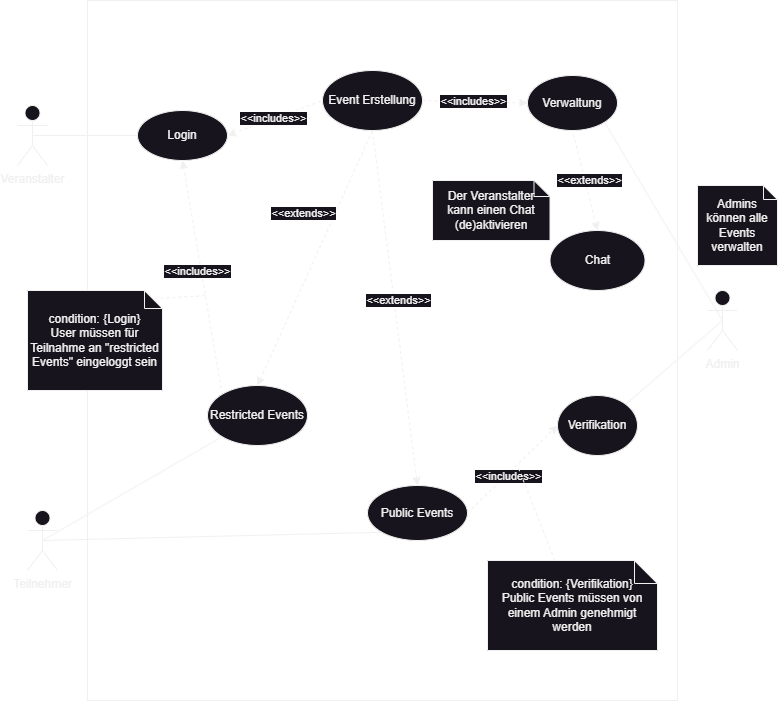
The draw.io diagram HotviteUCDiagramv2.drawio.png in 2324-syp-3ahif/Hotvite, before a commit. Source tidied: cells renumbered, new cells last; positions are measured from the earlier drawing's top-left corner, leaving out a move shared by most shapes. Its diagram source:
```xml
<mxGraphModel>
  <root>
    <mxCell id="0" />
    <mxCell id="1" parent="0" />
    <mxCell id="2" style="rounded=0;whiteSpace=wrap;html=1;fillColor=none;" parent="1" vertex="1">
      <mxGeometry x="70" width="590" height="700" as="geometry" />
    </mxCell>
    <mxCell id="3" value="Veranstalter" style="shape=umlActor;verticalLabelPosition=bottom;verticalAlign=top;html=1;outlineConnect=0;" parent="1" vertex="1">
      <mxGeometry y="105" width="30" height="60" as="geometry" />
    </mxCell>
    <mxCell id="4" value="Teilnehmer" style="shape=umlActor;verticalLabelPosition=bottom;verticalAlign=top;html=1;outlineConnect=0;" parent="1" vertex="1">
      <mxGeometry x="10" y="510" width="30" height="60" as="geometry" />
    </mxCell>
    <mxCell id="5" value="Admin" style="shape=umlActor;verticalLabelPosition=bottom;verticalAlign=top;html=1;outlineConnect=0;" parent="1" vertex="1">
      <mxGeometry x="690" y="290" width="30" height="60" as="geometry" />
    </mxCell>
    <mxCell id="6" value="Login" style="ellipse;whiteSpace=wrap;html=1;" parent="1" vertex="1">
      <mxGeometry x="120" y="110" width="90" height="50" as="geometry" />
    </mxCell>
    <mxCell id="7" style="rounded=0;jettySize=auto;html=1;exitX=0;exitY=0;exitDx=0;exitDy=0;entryX=0.5;entryY=1;entryDx=0;entryDy=0;dashed=1;" parent="1" edge="1" source="9" target="6">
      <mxGeometry relative="1" as="geometry" />
    </mxCell>
    <mxCell id="8" value="&amp;lt;&amp;lt;includes&amp;gt;&amp;gt;" style="edgeLabel;html=1;align=center;verticalAlign=middle;" parent="7" vertex="1">
      <mxGeometry x="0.06" y="4" relative="1" as="geometry" />
    </mxCell>
    <mxCell id="9" value="Restricted Events" style="ellipse;whiteSpace=wrap;html=1;" parent="1" vertex="1">
      <mxGeometry x="190" y="385" width="100" height="60" as="geometry" />
    </mxCell>
    <mxCell id="10" value="Public Events" style="ellipse;whiteSpace=wrap;html=1;" parent="1" vertex="1">
      <mxGeometry x="350" y="485" width="100" height="55" as="geometry" />
    </mxCell>
    <mxCell id="11" value="Verifikation" style="ellipse;whiteSpace=wrap;html=1;" parent="1" vertex="1">
      <mxGeometry x="540" y="395" width="80" height="60" as="geometry" />
    </mxCell>
    <mxCell id="12" value="Chat" style="ellipse;whiteSpace=wrap;html=1;" parent="1" vertex="1">
      <mxGeometry x="532.5" y="230" width="95" height="60" as="geometry" />
    </mxCell>
    <mxCell id="13" value="Verwaltung" style="ellipse;whiteSpace=wrap;html=1;" parent="1" vertex="1">
      <mxGeometry x="510" y="75" width="90" height="55" as="geometry" />
    </mxCell>
    <mxCell id="14" style="endArrow=none;dashed=1;html=1;rounded=0;entryX=0;entryY=0.5;entryDx=0;entryDy=0;exitX=1;exitY=0.5;exitDx=0;exitDy=0;strokeColor=default;startArrow=classic;startFill=1;" parent="1" edge="1" source="6" target="31">
      <mxGeometry relative="1" as="geometry" />
    </mxCell>
    <mxCell id="15" value="&amp;lt;&amp;lt;includes&amp;gt;&amp;gt;" style="edgeLabel;html=1;align=center;verticalAlign=middle;" parent="14" vertex="1">
      <mxGeometry x="-0.02" y="1" relative="1" as="geometry" />
    </mxCell>
    <mxCell id="16" style="endArrow=classic;dashed=1;html=1;rounded=0;entryX=0.5;entryY=0;entryDx=0;entryDy=0;exitX=0.5;exitY=1;exitDx=0;exitDy=0;endFill=1;startArrow=none;startFill=0;" parent="1" edge="1" source="31" target="10">
      <mxGeometry relative="1" as="geometry" />
    </mxCell>
    <mxCell id="17" value="&amp;lt;&amp;lt;extends&amp;gt;&amp;gt;" style="edgeLabel;html=1;align=center;verticalAlign=middle;" parent="16" vertex="1">
      <mxGeometry x="-0.05" y="4" relative="1" as="geometry">
        <mxPoint y="1" as="offset" />
      </mxGeometry>
    </mxCell>
    <mxCell id="18" style="endArrow=classic;dashed=1;html=1;rounded=0;entryX=0;entryY=0.5;entryDx=0;entryDy=0;exitX=1;exitY=0.5;exitDx=0;exitDy=0;endFill=1;" parent="1" edge="1" source="10" target="11">
      <mxGeometry relative="1" as="geometry" />
    </mxCell>
    <mxCell id="19" value="&amp;lt;&amp;lt;includes&amp;gt;&amp;gt;" style="edgeLabel;html=1;align=center;verticalAlign=middle;" parent="18" vertex="1">
      <mxGeometry x="-0.12" y="-2" relative="1" as="geometry" />
    </mxCell>
    <mxCell id="20" style="endArrow=classic;dashed=1;html=1;rounded=0;exitX=0.5;exitY=1;exitDx=0;exitDy=0;startArrow=none;startFill=0;endFill=1;" parent="1" edge="1" source="31">
      <mxGeometry relative="1" as="geometry">
        <mxPoint x="240" y="385" as="targetPoint" />
      </mxGeometry>
    </mxCell>
    <mxCell id="21" value="&amp;lt;&amp;lt;extends&amp;gt;&amp;gt;" style="edgeLabel;html=1;align=center;verticalAlign=middle;" parent="20" vertex="1">
      <mxGeometry x="0.02" y="1" relative="1" as="geometry">
        <mxPoint x="-12" y="-48" as="offset" />
      </mxGeometry>
    </mxCell>
    <mxCell id="22" style="endArrow=none;html=1;rounded=0;entryX=0.5;entryY=0.5;entryDx=0;entryDy=0;entryPerimeter=0;exitX=1;exitY=1;exitDx=0;exitDy=0;" parent="1" edge="1" source="13" target="5">
      <mxGeometry relative="1" as="geometry" />
    </mxCell>
    <mxCell id="23" style="endArrow=none;html=1;rounded=0;entryX=0.5;entryY=0.5;entryDx=0;entryDy=0;entryPerimeter=0;exitX=1;exitY=0;exitDx=0;exitDy=0;" parent="1" edge="1" source="11" target="5">
      <mxGeometry relative="1" as="geometry" />
    </mxCell>
    <mxCell id="24" style="endArrow=none;html=1;rounded=0;entryX=0;entryY=0.5;entryDx=0;entryDy=0;exitX=0.5;exitY=0.5;exitDx=0;exitDy=0;exitPerimeter=0;" parent="1" edge="1" source="3" target="6">
      <mxGeometry relative="1" as="geometry" />
    </mxCell>
    <mxCell id="25" style="endArrow=none;html=1;rounded=0;exitX=0.5;exitY=0.5;exitDx=0;exitDy=0;exitPerimeter=0;entryX=0;entryY=1;entryDx=0;entryDy=0;" parent="1" edge="1" source="4" target="10">
      <mxGeometry relative="1" as="geometry" />
    </mxCell>
    <mxCell id="26" style="endArrow=none;html=1;rounded=0;exitX=0.5;exitY=0.5;exitDx=0;exitDy=0;exitPerimeter=0;entryX=0;entryY=1;entryDx=0;entryDy=0;" parent="1" edge="1" source="4" target="9">
      <mxGeometry relative="1" as="geometry" />
    </mxCell>
    <mxCell id="27" style="endArrow=none;dashed=1;html=1;rounded=0;entryX=0.5;entryY=1;entryDx=0;entryDy=0;exitX=0.5;exitY=0;exitDx=0;exitDy=0;endFill=0;startArrow=classic;startFill=1;" parent="1" edge="1" source="12" target="13">
      <mxGeometry relative="1" as="geometry" />
    </mxCell>
    <mxCell id="28" value="&amp;lt;&amp;lt;extends&amp;gt;&amp;gt;" style="edgeLabel;html=1;align=center;verticalAlign=middle;" parent="27" vertex="1">
      <mxGeometry x="-0.19" y="-2" relative="1" as="geometry">
        <mxPoint y="-9" as="offset" />
      </mxGeometry>
    </mxCell>
    <mxCell id="29" style="rounded=0;jettySize=auto;html=1;exitX=1;exitY=0.5;exitDx=0;exitDy=0;entryX=0;entryY=0.5;entryDx=0;entryDy=0;dashed=1;" parent="1" edge="1" source="31" target="13">
      <mxGeometry relative="1" as="geometry" />
    </mxCell>
    <mxCell id="30" value="&amp;lt;&amp;lt;includes&amp;gt;&amp;gt;" style="edgeLabel;html=1;align=center;verticalAlign=middle;" parent="29" vertex="1">
      <mxGeometry x="-0.05" y="1" relative="1" as="geometry" />
    </mxCell>
    <mxCell id="31" value="Event Erstellung" style="ellipse;whiteSpace=wrap;html=1;" parent="1" vertex="1">
      <mxGeometry x="305" y="70" width="100" height="60" as="geometry" />
    </mxCell>
    <mxCell id="32" style="rounded=0;orthogonalLoop=1;jettySize=auto;html=1;dashed=1;endArrow=none;endFill=0;" parent="1" edge="1">
      <mxGeometry relative="1" as="geometry">
        <mxPoint x="95" y="300.8" as="sourcePoint" />
        <mxPoint x="190" y="295" as="targetPoint" />
      </mxGeometry>
    </mxCell>
    <mxCell id="33" value="condition: {Login}&lt;br&gt;User müssen für Teilnahme an &quot;restricted Events&quot; eingeloggt sein" style="shape=note;whiteSpace=wrap;html=1;backgroundOutline=1;darkOpacity=0.05;size=18;" parent="1" vertex="1">
      <mxGeometry x="10" y="290" width="135" height="100" as="geometry" />
    </mxCell>
    <mxCell id="34" style="rounded=0;jettySize=auto;html=1;endArrow=none;endFill=0;dashed=1;" parent="1" edge="1" source="35">
      <mxGeometry relative="1" as="geometry">
        <mxPoint x="500" y="465" as="targetPoint" />
      </mxGeometry>
    </mxCell>
    <mxCell id="35" value="condition: {Verifikation}&lt;br&gt;Public Events müssen von einem Admin genehmigt werden" style="shape=note;whiteSpace=wrap;html=1;backgroundOutline=1;darkOpacity=0.05;size=23;" parent="1" vertex="1">
      <mxGeometry x="470" y="560" width="170" height="90" as="geometry" />
    </mxCell>
    <mxCell id="36" value="Admins können alle Events verwalten" style="shape=note;whiteSpace=wrap;html=1;backgroundOutline=1;darkOpacity=0.05;size=14;" parent="1" vertex="1">
      <mxGeometry x="680" y="185" width="80" height="80" as="geometry" />
    </mxCell>
    <mxCell id="37" value="Der Veranstalter kann einen Chat (de)aktivieren" style="shape=note;whiteSpace=wrap;html=1;backgroundOutline=1;darkOpacity=0.05;size=16;" parent="1" vertex="1">
      <mxGeometry x="415" y="180" width="117.5" height="60" as="geometry" />
    </mxCell>
  </root>
</mxGraphModel>
```
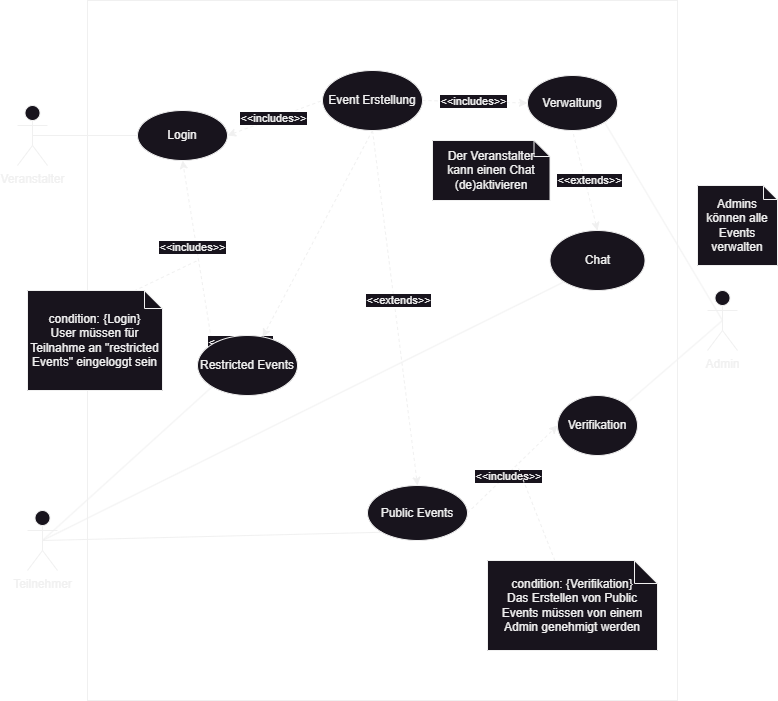
Above is the later version.

What changed in the source:
```diff
@@ -8,6 +8,9 @@
     <mxCell id="3" value="Veranstalter" style="shape=umlActor;verticalLabelPosition=bottom;verticalAlign=top;html=1;outlineConnect=0;" parent="1" vertex="1">
       <mxGeometry y="105" width="30" height="60" as="geometry" />
     </mxCell>
+    <mxCell id="38" style="rounded=0;jettySize=auto;html=1;exitX=0.5;exitY=0.5;exitDx=0;exitDy=0;exitPerimeter=0;entryX=0;entryY=1;entryDx=0;entryDy=0;endArrow=none;endFill=0;" parent="1" edge="1" source="4" target="12">
+      <mxGeometry relative="1" as="geometry" />
+    </mxCell>
     <mxCell id="4" value="Teilnehmer" style="shape=umlActor;verticalLabelPosition=bottom;verticalAlign=top;html=1;outlineConnect=0;" parent="1" vertex="1">
       <mxGeometry x="10" y="510" width="30" height="60" as="geometry" />
     </mxCell>
@@ -23,9 +26,6 @@
     <mxCell id="8" value="&amp;lt;&amp;lt;includes&amp;gt;&amp;gt;" style="edgeLabel;html=1;align=center;verticalAlign=middle;" parent="7" vertex="1">
       <mxGeometry x="0.06" y="4" relative="1" as="geometry" />
     </mxCell>
-    <mxCell id="9" value="Restricted Events" style="ellipse;whiteSpace=wrap;html=1;" parent="1" vertex="1">
-      <mxGeometry x="190" y="385" width="100" height="60" as="geometry" />
-    </mxCell>
     <mxCell id="10" value="Public Events" style="ellipse;whiteSpace=wrap;html=1;" parent="1" vertex="1">
       <mxGeometry x="350" y="485" width="100" height="55" as="geometry" />
     </mxCell>
@@ -58,7 +58,7 @@
     <mxCell id="19" value="&amp;lt;&amp;lt;includes&amp;gt;&amp;gt;" style="edgeLabel;html=1;align=center;verticalAlign=middle;" parent="18" vertex="1">
       <mxGeometry x="-0.12" y="-2" relative="1" as="geometry" />
     </mxCell>
-    <mxCell id="20" style="endArrow=classic;dashed=1;html=1;rounded=0;exitX=0.5;exitY=1;exitDx=0;exitDy=0;startArrow=none;startFill=0;endFill=1;" parent="1" edge="1" source="31">
+    <mxCell id="20" style="endArrow=classic;dashed=1;html=1;rounded=0;exitX=0.5;exitY=1;exitDx=0;exitDy=0;startArrow=none;startFill=0;endFill=1;" parent="1" edge="1" source="9">
       <mxGeometry relative="1" as="geometry">
         <mxPoint x="240" y="385" as="targetPoint" />
       </mxGeometry>
@@ -103,7 +103,7 @@
     <mxCell id="32" style="rounded=0;orthogonalLoop=1;jettySize=auto;html=1;dashed=1;endArrow=none;endFill=0;" parent="1" edge="1">
       <mxGeometry relative="1" as="geometry">
         <mxPoint x="95" y="300.8" as="sourcePoint" />
-        <mxPoint x="190" y="295" as="targetPoint" />
+        <mxPoint x="180" y="260" as="targetPoint" />
       </mxGeometry>
     </mxCell>
     <mxCell id="33" value="condition: {Login}&lt;br&gt;User müssen für Teilnahme an &quot;restricted Events&quot; eingeloggt sein" style="shape=note;whiteSpace=wrap;html=1;backgroundOutline=1;darkOpacity=0.05;size=18;" parent="1" vertex="1">
@@ -114,14 +114,20 @@
         <mxPoint x="500" y="465" as="targetPoint" />
       </mxGeometry>
     </mxCell>
-    <mxCell id="35" value="condition: {Verifikation}&lt;br&gt;Public Events müssen von einem Admin genehmigt werden" style="shape=note;whiteSpace=wrap;html=1;backgroundOutline=1;darkOpacity=0.05;size=23;" parent="1" vertex="1">
+    <mxCell id="35" value="condition: {Verifikation}&lt;br&gt;Das Erstellen von Public Events müssen von einem Admin genehmigt werden" style="shape=note;whiteSpace=wrap;html=1;backgroundOutline=1;darkOpacity=0.05;size=23;" parent="1" vertex="1">
       <mxGeometry x="470" y="560" width="170" height="90" as="geometry" />
     </mxCell>
     <mxCell id="36" value="Admins können alle Events verwalten" style="shape=note;whiteSpace=wrap;html=1;backgroundOutline=1;darkOpacity=0.05;size=14;" parent="1" vertex="1">
       <mxGeometry x="680" y="185" width="80" height="80" as="geometry" />
     </mxCell>
     <mxCell id="37" value="Der Veranstalter kann einen Chat (de)aktivieren" style="shape=note;whiteSpace=wrap;html=1;backgroundOutline=1;darkOpacity=0.05;size=16;" parent="1" vertex="1">
-      <mxGeometry x="415" y="180" width="117.5" height="60" as="geometry" />
+      <mxGeometry x="415" y="140" width="117.5" height="60" as="geometry" />
     </mxCell>
+    <mxCell id="39" style="endArrow=classic;dashed=1;html=1;rounded=0;exitX=0.5;exitY=1;exitDx=0;exitDy=0;startArrow=none;startFill=0;endFill=1;" parent="1" edge="1" source="31" target="9">
+      <mxGeometry relative="1" as="geometry" />
+    </mxCell>
+    <mxCell id="9" value="Restricted Events" style="ellipse;whiteSpace=wrap;html=1;" parent="1" vertex="1">
+      <mxGeometry x="180" y="335" width="100" height="60" as="geometry" />
+    </mxCell>
   </root>
 </mxGraphModel>
```
